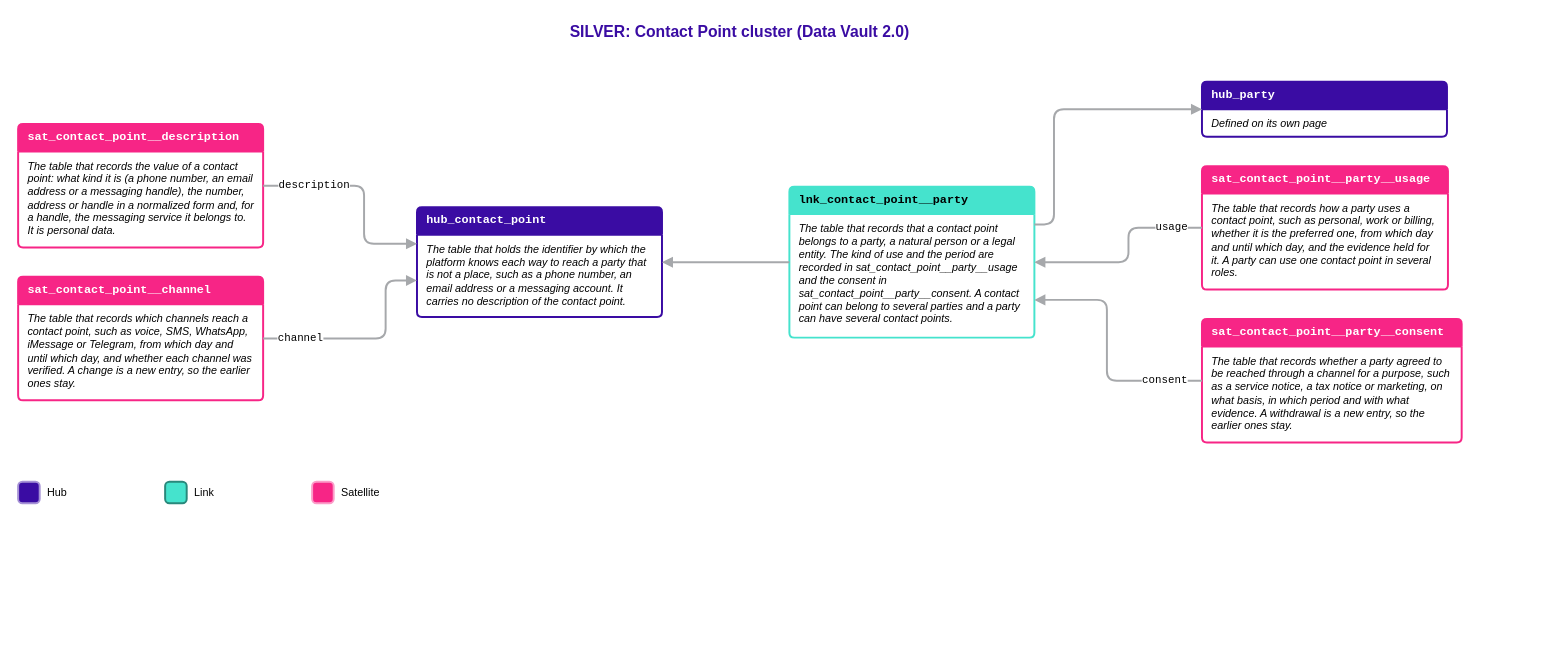
This is Rosetta/Business_Objects/drawio/Diagrams_Contact_Point_Simplified.drawio from luisruizML/documents, a draw.io file, before an edit. Source tidied: cells renumbered, new cells numbered last; positions are measured from the earlier drawing's top-left corner, leaving out a move shared by most shapes. Both pictures are drawn from the tidied source at 98%, with x=0, y=0 at pixel (18, 17).
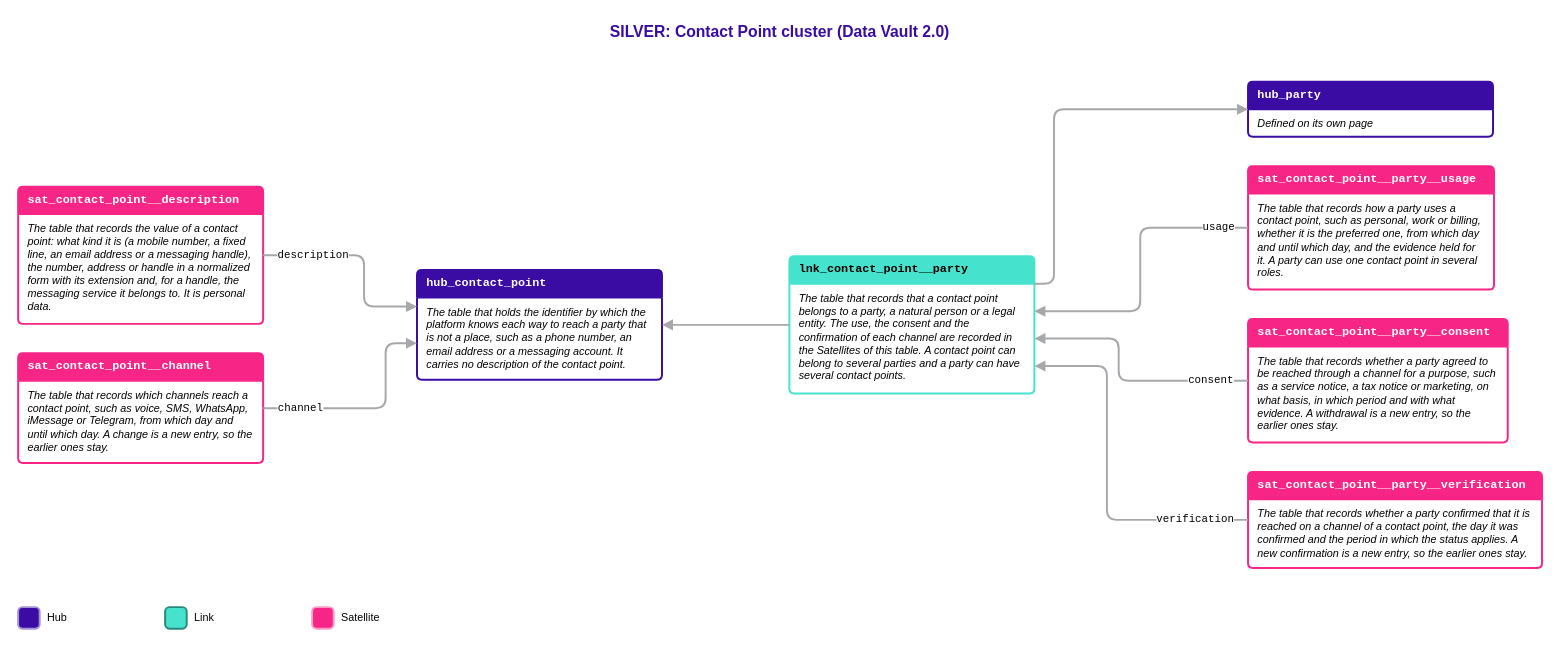
Above is the later version.

What changed in the source:
```diff
@@
     <mxCell id="2" value="SILVER: Contact Point cluster (Data Vault 2.0)" style="text;html=1;whiteSpace=wrap;align=center;verticalAlign=middle;fontFamily=Mulish;fontStyle=1;fontSize=16;fontColor=#3A0CA3;" parent="1" vertex="1">
-      <mxGeometry width="1473" height="30" as="geometry" />
+      <mxGeometry width="1555" height="30" as="geometry" />
     </mxCell>
     <mxCell id="3" value="hub_contact_point" style="swimlane;html=1;whiteSpace=wrap;rounded=1;arcSize=6;startSize=28;fillColor=#3A0CA3;swimlaneFillColor=#FFFFFF;strokeColor=#3A0CA3;strokeWidth=2;fontFamily=Courier New;fontSize=12;fontStyle=1;fontColor=#FFFFFF;align=left;spacingLeft=8;" parent="1" vertex="1">
-      <mxGeometry x="407" y="194" width="250" height="112" as="geometry" />
+      <mxGeometry x="407" y="258" width="250" height="112" as="geometry" />
     </mxCell>
@@
     <mxCell id="5" value="lnk_contact_point__party" style="swimlane;html=1;whiteSpace=wrap;rounded=1;arcSize=6;startSize=28;fillColor=#45E3CD;swimlaneFillColor=#FFFFFF;strokeColor=#45E3CD;strokeWidth=2;fontFamily=Courier New;fontSize=12;fontStyle=1;fontColor=#000000;align=left;spacingLeft=8;" parent="1" vertex="1">
-      <mxGeometry x="787" y="173" width="250" height="154" as="geometry" />
+      <mxGeometry x="787" y="244" width="250" height="140" as="geometry" />
     </mxCell>
-    <mxCell id="6" value="The table that records that a contact point belongs to a party, a natural person or a legal entity. The kind of use and the period are recorded in sat_contact_point__party__usage and the consent in sat_contact_point__party__consent. A contact point can belong to several parties and a party can have several contact points." style="text;html=1;whiteSpace=wrap;align=left;verticalAlign=top;fontFamily=Arial;fontSize=11;fontStyle=2;fontColor=#000000;spacingLeft=8;spacingRight=8;" parent="5" vertex="1">
-      <mxGeometry y="30" width="250" height="118" as="geometry" />
+    <mxCell id="6" value="The table that records that a contact point belongs to a party, a natural person or a legal entity. The use, the consent and the confirmation of each channel are recorded in the Satellites of this table. A contact point can belong to several parties and a party can have several contact points." style="text;html=1;whiteSpace=wrap;align=left;verticalAlign=top;fontFamily=Arial;fontSize=11;fontStyle=2;fontColor=#000000;spacingLeft=8;spacingRight=8;" parent="5" vertex="1">
+      <mxGeometry y="30" width="250" height="104" as="geometry" />
     </mxCell>
     <mxCell id="7" value="sat_contact_point__description" style="swimlane;html=1;whiteSpace=wrap;rounded=1;arcSize=6;startSize=28;fillColor=#F72586;swimlaneFillColor=#FFFFFF;strokeColor=#F72586;strokeWidth=2;fontFamily=Courier New;fontSize=12;fontStyle=1;fontColor=#FFFFFF;align=left;spacingLeft=8;" parent="1" vertex="1">
-      <mxGeometry y="109" width="250" height="126" as="geometry" />
+      <mxGeometry y="173" width="250" height="140" as="geometry" />
     </mxCell>
-    <mxCell id="8" value="The table that records the value of a contact point: what kind it is (a phone number, an email address or a messaging handle), the number, address or handle in a normalized form and, for a handle, the messaging service it belongs to. It is personal data." style="text;html=1;whiteSpace=wrap;align=left;verticalAlign=top;fontFamily=Arial;fontSize=11;fontStyle=2;fontColor=#000000;spacingLeft=8;spacingRight=8;" parent="7" vertex="1">
-      <mxGeometry y="30" width="250" height="90" as="geometry" />
+    <mxCell id="8" value="The table that records the value of a contact point: what kind it is (a mobile number, a fixed line, an email address or a messaging handle), the number, address or handle in a normalized form with its extension and, for a handle, the messaging service it belongs to. It is personal data." style="text;html=1;whiteSpace=wrap;align=left;verticalAlign=top;fontFamily=Arial;fontSize=11;fontStyle=2;fontColor=#000000;spacingLeft=8;spacingRight=8;" parent="7" vertex="1">
+      <mxGeometry y="30" width="250" height="104" as="geometry" />
     </mxCell>
     <mxCell id="9" value="sat_contact_point__channel" style="swimlane;html=1;whiteSpace=wrap;rounded=1;arcSize=6;startSize=28;fillColor=#F72586;swimlaneFillColor=#FFFFFF;strokeColor=#F72586;strokeWidth=2;fontFamily=Courier New;fontSize=12;fontStyle=1;fontColor=#FFFFFF;align=left;spacingLeft=8;" parent="1" vertex="1">
-      <mxGeometry y="265" width="250" height="126" as="geometry" />
+      <mxGeometry y="343" width="250" height="112" as="geometry" />
     </mxCell>
-    <mxCell id="10" value="The table that records which channels reach a contact point, such as voice, SMS, WhatsApp, iMessage or Telegram, from which day and until which day, and whether each channel was verified. A change is a new entry, so the earlier ones stay." style="text;html=1;whiteSpace=wrap;align=left;verticalAlign=top;fontFamily=Arial;fontSize=11;fontStyle=2;fontColor=#000000;spacingLeft=8;spacingRight=8;" parent="9" vertex="1">
-      <mxGeometry y="30" width="250" height="90" as="geometry" />
+    <mxCell id="10" value="The table that records which channels reach a contact point, such as voice, SMS, WhatsApp, iMessage or Telegram, from which day and until which day. A change is a new entry, so the earlier ones stay." style="text;html=1;whiteSpace=wrap;align=left;verticalAlign=top;fontFamily=Arial;fontSize=11;fontStyle=2;fontColor=#000000;spacingLeft=8;spacingRight=8;" parent="9" vertex="1">
+      <mxGeometry y="30" width="250" height="76" as="geometry" />
     </mxCell>
     <mxCell id="11" value="sat_contact_point__party__usage" style="swimlane;html=1;whiteSpace=wrap;rounded=1;arcSize=6;startSize=28;fillColor=#F72586;swimlaneFillColor=#FFFFFF;strokeColor=#F72586;strokeWidth=2;fontFamily=Courier New;fontSize=12;fontStyle=1;fontColor=#FFFFFF;align=left;spacingLeft=8;" parent="1" vertex="1">
-      <mxGeometry x="1208" y="152" width="251" height="126" as="geometry" />
+      <mxGeometry x="1255" y="152" width="251" height="126" as="geometry" />
     </mxCell>
@@
     <mxCell id="13" value="sat_contact_point__party__consent" style="swimlane;html=1;whiteSpace=wrap;rounded=1;arcSize=6;startSize=28;fillColor=#F72586;swimlaneFillColor=#FFFFFF;strokeColor=#F72586;strokeWidth=2;fontFamily=Courier New;fontSize=12;fontStyle=1;fontColor=#FFFFFF;align=left;spacingLeft=8;" parent="1" vertex="1">
-      <mxGeometry x="1208" y="308" width="265" height="126" as="geometry" />
+      <mxGeometry x="1255" y="308" width="265" height="126" as="geometry" />
     </mxCell>
@@
-    <mxCell id="15" value="hub_party" style="swimlane;html=1;whiteSpace=wrap;rounded=1;arcSize=6;startSize=28;fillColor=#3A0CA3;swimlaneFillColor=#FFFFFF;strokeColor=#3A0CA3;strokeWidth=2;fontFamily=Courier New;fontSize=12;fontStyle=1;fontColor=#FFFFFF;align=left;spacingLeft=8;" parent="1" vertex="1">
-      <mxGeometry x="1208" y="66" width="250" height="56" as="geometry" />
+    <mxCell id="15" value="sat_contact_point__party__verification" style="swimlane;html=1;whiteSpace=wrap;rounded=1;arcSize=6;startSize=28;fillColor=#F72586;swimlaneFillColor=#FFFFFF;strokeColor=#F72586;strokeWidth=2;fontFamily=Courier New;fontSize=12;fontStyle=1;fontColor=#FFFFFF;align=left;spacingLeft=8;" parent="1" vertex="1">
+      <mxGeometry x="1255" y="464" width="300" height="98" as="geometry" />
     </mxCell>
-    <mxCell id="16" value="Defined on its own page" style="text;html=1;whiteSpace=wrap;align=left;verticalAlign=top;fontFamily=Arial;fontSize=11;fontStyle=2;fontColor=#000000;spacingLeft=8;spacingRight=8;" parent="15" vertex="1">
-      <mxGeometry y="30" width="250" height="20" as="geometry" />
+    <mxCell id="16" value="The table that records whether a party confirmed that it is reached on a channel of a contact point, the day it was confirmed and the period in which the status applies. A new confirmation is a new entry, so the earlier ones stay." style="text;html=1;whiteSpace=wrap;align=left;verticalAlign=top;fontFamily=Arial;fontSize=11;fontStyle=2;fontColor=#000000;spacingLeft=8;spacingRight=8;" parent="15" vertex="1">
+      <mxGeometry y="30" width="300" height="62" as="geometry" />
     </mxCell>
-    <mxCell id="17" style="edgeStyle=orthogonalEdgeStyle;rounded=1;jumpStyle=arc;jumpSize=8;html=1;strokeColor=#A6A8AB;strokeWidth=2;endArrow=block;endFill=1;exitX=0;exitY=0.5;exitDx=0;exitDy=0;entryX=1;entryY=0.5;entryDx=0;entryDy=0;labelBackgroundColor=#FFFFFF;fontFamily=Courier New;fontSize=11;fontColor=#000000;" parent="1" edge="1" source="5" target="3">
-      <mxGeometry x="-0.85" relative="1" as="geometry" />
+    <mxCell id="17" value="hub_party" style="swimlane;html=1;whiteSpace=wrap;rounded=1;arcSize=6;startSize=28;fillColor=#3A0CA3;swimlaneFillColor=#FFFFFF;strokeColor=#3A0CA3;strokeWidth=2;fontFamily=Courier New;fontSize=12;fontStyle=1;fontColor=#FFFFFF;align=left;spacingLeft=8;" parent="1" vertex="1">
+      <mxGeometry x="1255" y="66" width="250" height="56" as="geometry" />
     </mxCell>
-    <mxCell id="18" style="edgeStyle=orthogonalEdgeStyle;rounded=1;jumpStyle=arc;jumpSize=8;html=1;strokeColor=#A6A8AB;strokeWidth=2;endArrow=block;endFill=1;exitX=1;exitY=0.25;exitDx=0;exitDy=0;entryX=0;entryY=0.5;entryDx=0;entryDy=0;labelBackgroundColor=#FFFFFF;fontFamily=Courier New;fontSize=11;fontColor=#000000;" parent="1" edge="1" source="5" target="15">
-      <mxGeometry x="-0.93" relative="1" as="geometry">
-        <Array as="points">
-          <mxPoint x="1057" y="211.5" />
-          <mxPoint x="1057" y="94" />
-        </Array>
-      </mxGeometry>
+    <mxCell id="18" value="Defined on its own page" style="text;html=1;whiteSpace=wrap;align=left;verticalAlign=top;fontFamily=Arial;fontSize=11;fontStyle=2;fontColor=#000000;spacingLeft=8;spacingRight=8;" parent="17" vertex="1">
+      <mxGeometry y="30" width="250" height="20" as="geometry" />
     </mxCell>
-    <mxCell id="19" value="description" style="edgeStyle=orthogonalEdgeStyle;rounded=1;jumpStyle=arc;jumpSize=8;html=1;strokeColor=#A6A8AB;strokeWidth=2;endArrow=block;endFill=1;exitX=1;exitY=0.5;exitDx=0;exitDy=0;entryX=0;entryY=0.3333;entryDx=0;entryDy=0;labelBackgroundColor=#FFFFFF;fontFamily=Courier New;fontSize=11;fontColor=#000000;" parent="1" edge="1" source="7" target="3">
-      <mxGeometry x="-0.52" relative="1" as="geometry">
-        <Array as="points">
-          <mxPoint x="353" y="172" />
-          <mxPoint x="353" y="231.3" />
-        </Array>
-      </mxGeometry>
+    <mxCell id="19" style="edgeStyle=orthogonalEdgeStyle;rounded=1;jumpStyle=arc;jumpSize=8;html=1;strokeColor=#A6A8AB;strokeWidth=2;endArrow=block;endFill=1;exitX=0;exitY=0.5;exitDx=0;exitDy=0;entryX=1;entryY=0.5;entryDx=0;entryDy=0;labelBackgroundColor=#FFFFFF;fontFamily=Courier New;fontSize=11;fontColor=#000000;" parent="1" edge="1" source="5" target="3">
+      <mxGeometry x="-0.85" relative="1" as="geometry" />
     </mxCell>
-    <mxCell id="20" value="channel" style="edgeStyle=orthogonalEdgeStyle;rounded=1;jumpStyle=arc;jumpSize=8;html=1;strokeColor=#A6A8AB;strokeWidth=2;endArrow=block;endFill=1;exitX=1;exitY=0.5;exitDx=0;exitDy=0;entryX=0;entryY=0.6667;entryDx=0;entryDy=0;labelBackgroundColor=#FFFFFF;fontFamily=Courier New;fontSize=11;fontColor=#000000;" parent="1" edge="1" source="9" target="3">
-      <mxGeometry x="-0.65" relative="1" as="geometry">
+    <mxCell id="20" style="edgeStyle=orthogonalEdgeStyle;rounded=1;jumpStyle=arc;jumpSize=8;html=1;strokeColor=#A6A8AB;strokeWidth=2;endArrow=block;endFill=1;exitX=1;exitY=0.2;exitDx=0;exitDy=0;entryX=0;entryY=0.5;entryDx=0;entryDy=0;labelBackgroundColor=#FFFFFF;fontFamily=Courier New;fontSize=11;fontColor=#000000;" parent="1" edge="1" source="5" target="17">
+      <mxGeometry x="-0.95" relative="1" as="geometry">
         <Array as="points">
-          <mxPoint x="375" y="328" />
-          <mxPoint x="375" y="268.7" />
+          <mxPoint x="1057" y="272" />
+          <mxPoint x="1057" y="94" />
         </Array>
       </mxGeometry>
     </mxCell>
-    <mxCell id="21" value="usage" style="edgeStyle=orthogonalEdgeStyle;rounded=1;jumpStyle=arc;jumpSize=8;html=1;strokeColor=#A6A8AB;strokeWidth=2;endArrow=block;endFill=1;exitX=0;exitY=0.5;exitDx=0;exitDy=0;entryX=1;entryY=0.5;entryDx=0;entryDy=0;labelBackgroundColor=#FFFFFF;fontFamily=Courier New;fontSize=11;fontColor=#000000;" parent="1" edge="1" source="11" target="5">
-      <mxGeometry x="-0.7" relative="1" as="geometry">
+    <mxCell id="21" value="description" style="edgeStyle=orthogonalEdgeStyle;rounded=1;jumpStyle=arc;jumpSize=8;html=1;strokeColor=#A6A8AB;strokeWidth=2;endArrow=block;endFill=1;exitX=1;exitY=0.5;exitDx=0;exitDy=0;entryX=0;entryY=0.3333;entryDx=0;entryDy=0;labelBackgroundColor=#FFFFFF;fontFamily=Courier New;fontSize=11;fontColor=#000000;" parent="1" edge="1" source="7" target="3">
+      <mxGeometry x="-0.51" relative="1" as="geometry">
         <Array as="points">
-          <mxPoint x="1133" y="215" />
-          <mxPoint x="1133" y="250" />
+          <mxPoint x="353" y="243" />
+          <mxPoint x="353" y="295.3" />
         </Array>
       </mxGeometry>
     </mxCell>
-    <mxCell id="22" value="consent" style="edgeStyle=orthogonalEdgeStyle;rounded=1;jumpStyle=arc;jumpSize=8;html=1;strokeColor=#A6A8AB;strokeWidth=2;endArrow=block;endFill=1;exitX=0;exitY=0.5;exitDx=0;exitDy=0;entryX=1;entryY=0.75;entryDx=0;entryDy=0;labelBackgroundColor=#FFFFFF;fontFamily=Courier New;fontSize=11;fontColor=#000000;" parent="1" edge="1" source="13" target="5">
-      <mxGeometry x="-0.7" relative="1" as="geometry">
+    <mxCell id="22" value="channel" style="edgeStyle=orthogonalEdgeStyle;rounded=1;jumpStyle=arc;jumpSize=8;html=1;strokeColor=#A6A8AB;strokeWidth=2;endArrow=block;endFill=1;exitX=1;exitY=0.5;exitDx=0;exitDy=0;entryX=0;entryY=0.6667;entryDx=0;entryDy=0;labelBackgroundColor=#FFFFFF;fontFamily=Courier New;fontSize=11;fontColor=#000000;" parent="1" edge="1" source="9" target="3">
+      <mxGeometry x="-0.66" relative="1" as="geometry">
         <Array as="points">
-          <mxPoint x="1111" y="371" />
-          <mxPoint x="1111" y="288.5" />
+          <mxPoint x="375" y="399" />
+          <mxPoint x="375" y="332.7" />
         </Array>
       </mxGeometry>
     </mxCell>
-    <mxCell id="23" style="rounded=1;arcSize=20;fillColor=#3A0CA3;strokeColor=#A692D6;strokeWidth=2;" parent="1" vertex="1">
-      <mxGeometry y="474" width="22" height="22" as="geometry" />
+    <mxCell id="23" value="usage" style="edgeStyle=orthogonalEdgeStyle;rounded=1;jumpStyle=arc;jumpSize=8;html=1;strokeColor=#A6A8AB;strokeWidth=2;endArrow=block;endFill=1;exitX=0;exitY=0.5;exitDx=0;exitDy=0;entryX=1;entryY=0.4;entryDx=0;entryDy=0;labelBackgroundColor=#FFFFFF;fontFamily=Courier New;fontSize=11;fontColor=#000000;" parent="1" edge="1" source="11" target="5">
+      <mxGeometry x="-0.8" relative="1" as="geometry">
+        <Array as="points">
+          <mxPoint x="1145" y="215" />
+          <mxPoint x="1145" y="300" />
+        </Array>
+      </mxGeometry>
     </mxCell>
-    <mxCell id="24" value="Hub" style="text;html=1;align=left;verticalAlign=middle;fontFamily=Arial;fontSize=11;fontColor=#000000;" parent="1" vertex="1">
-      <mxGeometry x="28" y="474" width="110" height="22" as="geometry" />
+    <mxCell id="24" value="consent" style="edgeStyle=orthogonalEdgeStyle;rounded=1;jumpStyle=arc;jumpSize=8;html=1;strokeColor=#A6A8AB;strokeWidth=2;endArrow=block;endFill=1;exitX=0;exitY=0.5;exitDx=0;exitDy=0;entryX=1;entryY=0.6;entryDx=0;entryDy=0;labelBackgroundColor=#FFFFFF;fontFamily=Courier New;fontSize=11;fontColor=#000000;" parent="1" edge="1" source="13" target="5">
+      <mxGeometry x="-0.71" relative="1" as="geometry">
+        <Array as="points">
+          <mxPoint x="1123" y="371" />
+          <mxPoint x="1123" y="328" />
+        </Array>
+      </mxGeometry>
     </mxCell>
-    <mxCell id="25" style="rounded=1;arcSize=20;fillColor=#45E3CD;strokeColor=#29887B;strokeWidth=2;" parent="1" vertex="1">
-      <mxGeometry x="150" y="474" width="22" height="22" as="geometry" />
+    <mxCell id="25" value="verification" style="edgeStyle=orthogonalEdgeStyle;rounded=1;jumpStyle=arc;jumpSize=8;html=1;strokeColor=#A6A8AB;strokeWidth=2;endArrow=block;endFill=1;exitX=0;exitY=0.5;exitDx=0;exitDy=0;entryX=1;entryY=0.8;entryDx=0;entryDy=0;labelBackgroundColor=#FFFFFF;fontFamily=Courier New;fontSize=11;fontColor=#000000;" parent="1" edge="1" source="15" target="5">
+      <mxGeometry x="-0.71" relative="1" as="geometry">
+        <Array as="points">
+          <mxPoint x="1111" y="513" />
+          <mxPoint x="1111" y="356" />
+        </Array>
+      </mxGeometry>
     </mxCell>
-    <mxCell id="26" value="Link" style="text;html=1;align=left;verticalAlign=middle;fontFamily=Arial;fontSize=11;fontColor=#000000;" parent="1" vertex="1">
-      <mxGeometry x="178" y="474" width="110" height="22" as="geometry" />
+    <mxCell id="26" style="rounded=1;arcSize=20;fillColor=#3A0CA3;strokeColor=#A692D6;strokeWidth=2;" parent="1" vertex="1">
+      <mxGeometry y="602" width="22" height="22" as="geometry" />
     </mxCell>
-    <mxCell id="27" style="rounded=1;arcSize=20;fillColor=#F72586;strokeColor=#FB9DC9;strokeWidth=2;" parent="1" vertex="1">
-      <mxGeometry x="300" y="474" width="22" height="22" as="geometry" />
+    <mxCell id="27" value="Hub" style="text;html=1;align=left;verticalAlign=middle;fontFamily=Arial;fontSize=11;fontColor=#000000;" parent="1" vertex="1">
+      <mxGeometry x="28" y="602" width="110" height="22" as="geometry" />
     </mxCell>
-    <mxCell id="28" value="Satellite" style="text;html=1;align=left;verticalAlign=middle;fontFamily=Arial;fontSize=11;fontColor=#000000;" parent="1" vertex="1">
-      <mxGeometry x="328" y="474" width="110" height="22" as="geometry" />
+    <mxCell id="28" style="rounded=1;arcSize=20;fillColor=#45E3CD;strokeColor=#29887B;strokeWidth=2;" parent="1" vertex="1">
+      <mxGeometry x="150" y="602" width="22" height="22" as="geometry" />
     </mxCell>
+    <mxCell id="29" value="Link" style="text;html=1;align=left;verticalAlign=middle;fontFamily=Arial;fontSize=11;fontColor=#000000;" parent="1" vertex="1">
+      <mxGeometry x="178" y="602" width="110" height="22" as="geometry" />
+    </mxCell>
+    <mxCell id="30" style="rounded=1;arcSize=20;fillColor=#F72586;strokeColor=#FB9DC9;strokeWidth=2;" parent="1" vertex="1">
+      <mxGeometry x="300" y="602" width="22" height="22" as="geometry" />
+    </mxCell>
+    <mxCell id="31" value="Satellite" style="text;html=1;align=left;verticalAlign=middle;fontFamily=Arial;fontSize=11;fontColor=#000000;" parent="1" vertex="1">
+      <mxGeometry x="328" y="602" width="110" height="22" as="geometry" />
+    </mxCell>
```
